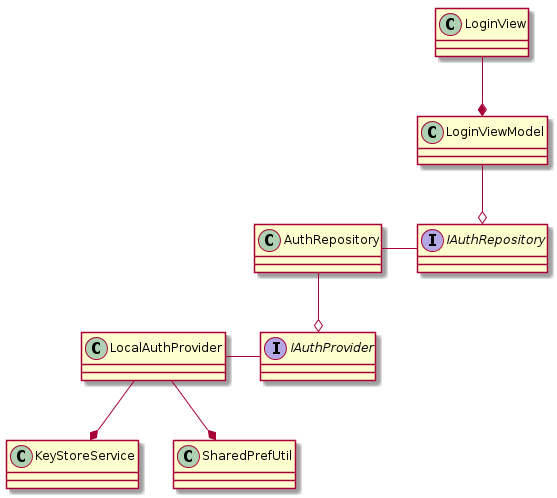
Before: uml/userlogin_class_diagram.png, a diagram exported from PlantUML (jcinco/anqlave-assignment).
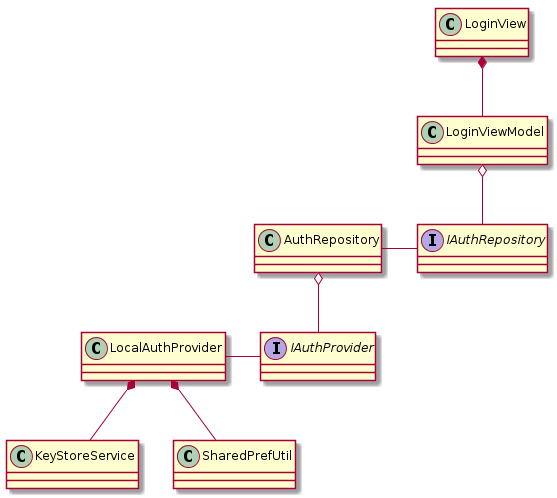
The same file after the commit.

Commit message:
Added app structure

Change to the diagram source:
```diff
@@ -12,10 +12,10 @@
 IAuthProvider -left- LocalAuthProvider
 IAuthRepository -left- AuthRepository
 
-AuthRepository --o IAuthProvider
-LoginViewModel -up-o IAuthRepository
-LoginView -up-* LoginViewModel
+AuthRepository o-- IAuthProvider
+LoginViewModel o-down- IAuthRepository
+LoginView *-down- LoginViewModel
 
-LocalAuthProvider -up-* KeyStoreService
-LocalAuthProvider -up-* SharedPrefUtil
+LocalAuthProvider *-down- KeyStoreService
+LocalAuthProvider *-down- SharedPrefUtil
 @enduml
```
